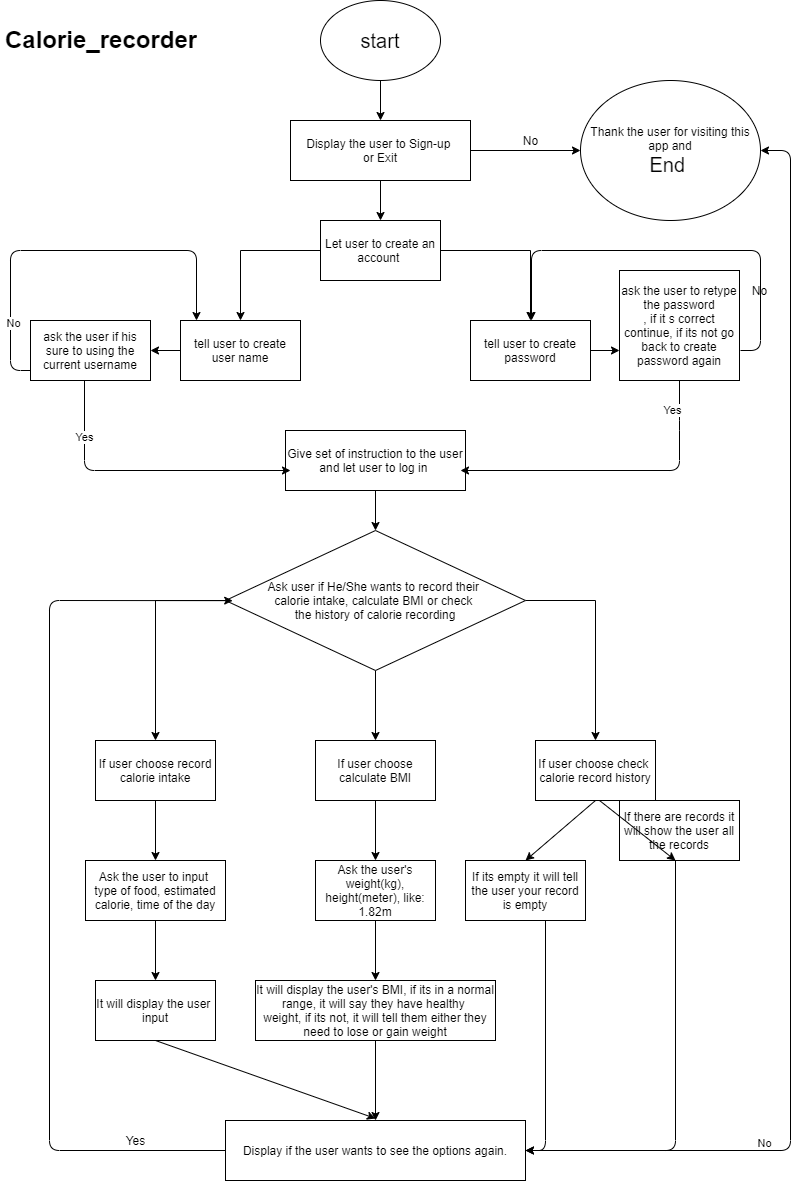
The draw.io diagram docs/flowchart.png in saman-zdf/wehight_calorie-tracker, before a commit. Source tidied: cells renumbered, new cells last; positions are measured from the earlier drawing's top-left corner, leaving out a move shared by most shapes.
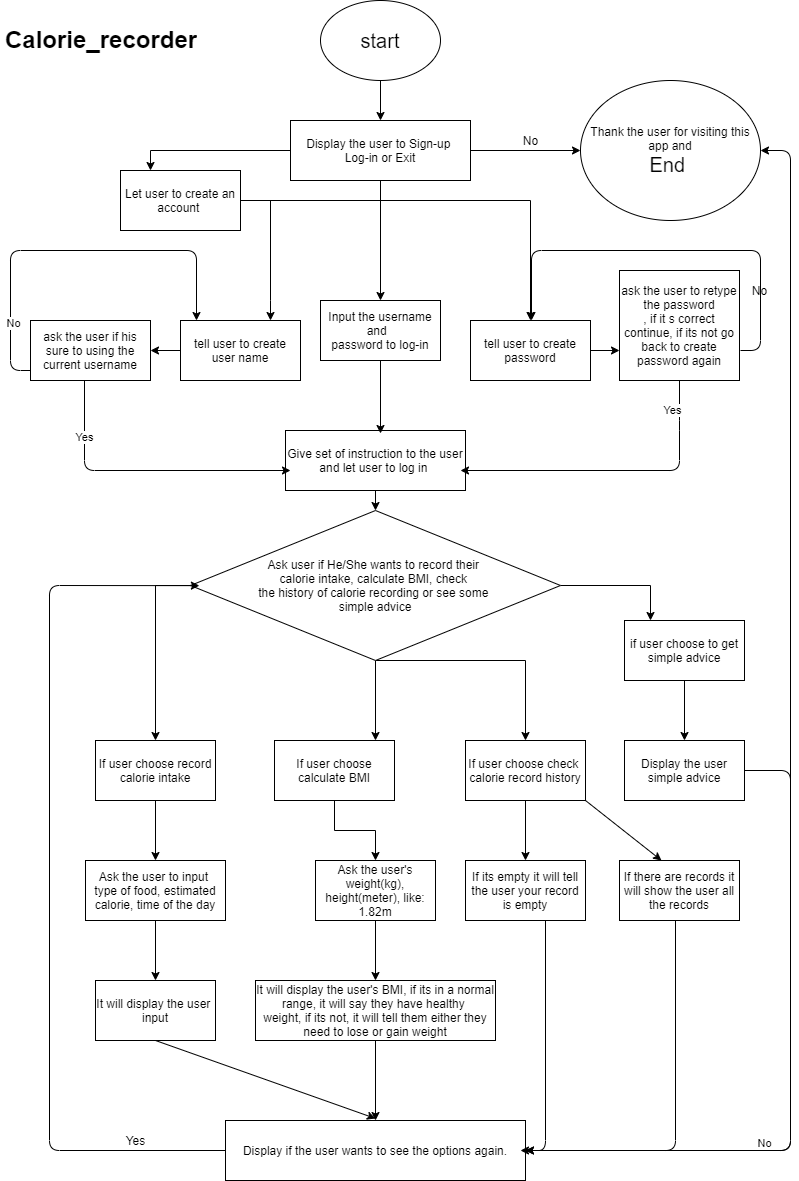
After the commit.

Change to the diagram source:
```diff
@@ -19,29 +19,45 @@
     <mxCell id="6" style="edgeStyle=orthogonalEdgeStyle;rounded=0;jettySize=auto;html=1;" parent="1" edge="1" source="8" target="18">
       <mxGeometry relative="1" as="geometry" />
     </mxCell>
-    <mxCell id="7" style="edgeStyle=orthogonalEdgeStyle;rounded=0;jettySize=auto;html=1;" parent="1" edge="1" source="8" target="42">
+    <mxCell id="7" style="edgeStyle=orthogonalEdgeStyle;rounded=0;jettySize=auto;html=1;exitX=0;exitY=0.5;exitDx=0;exitDy=0;entryX=0.25;entryY=0;entryDx=0;entryDy=0;" parent="1" edge="1" source="8" target="42">
       <mxGeometry relative="1" as="geometry" />
     </mxCell>
-    <mxCell id="8" value="Display the user to Sign-up&amp;nbsp;&lt;br&gt;or Exit" style="whiteSpace=wrap;html=1;" parent="1" vertex="1">
+    <mxCell id="8" value="Display the user to Sign-up&amp;nbsp;&lt;br&gt;Log-in or Exit" style="whiteSpace=wrap;html=1;" parent="1" vertex="1">
       <mxGeometry x="290" y="120" width="180" height="60" as="geometry" />
     </mxCell>
     <mxCell id="9" style="edgeStyle=orthogonalEdgeStyle;rounded=0;jettySize=auto;html=1;" parent="1" edge="1" source="12" target="14">
-      <mxGeometry relative="1" as="geometry" />
+      <mxGeometry relative="1" as="geometry">
+        <Array as="points">
+          <mxPoint x="320" y="650" />
+          <mxPoint x="320" y="650" />
+        </Array>
+      </mxGeometry>
     </mxCell>
-    <mxCell id="10" style="edgeStyle=orthogonalEdgeStyle;rounded=0;jettySize=auto;html=1;" parent="1" edge="1" source="12" target="16">
+    <mxCell id="10" style="edgeStyle=orthogonalEdgeStyle;rounded=0;jettySize=auto;html=1;exitX=0;exitY=0.5;exitDx=0;exitDy=0;" parent="1" edge="1" source="12" target="16">
       <mxGeometry relative="1" as="geometry" />
     </mxCell>
-    <mxCell id="11" style="edgeStyle=orthogonalEdgeStyle;rounded=0;jettySize=auto;html=1;" parent="1" edge="1" source="12" target="17">
-      <mxGeometry relative="1" as="geometry" />
+    <mxCell id="11" style="edgeStyle=orthogonalEdgeStyle;rounded=0;jettySize=auto;html=1;exitX=0.5;exitY=1;exitDx=0;exitDy=0;" parent="1" edge="1" source="12" target="17">
+      <mxGeometry relative="1" as="geometry">
+        <Array as="points">
+          <mxPoint x="525" y="660" />
+        </Array>
+      </mxGeometry>
     </mxCell>
+    <mxCell id="57" style="edgeStyle=orthogonalEdgeStyle;rounded=0;jettySize=auto;html=1;" parent="1" edge="1" source="12" target="62">
+      <mxGeometry relative="1" as="geometry">
+        <Array as="points">
+          <mxPoint x="650" y="585" />
+        </Array>
+      </mxGeometry>
+    </mxCell>
-    <mxCell id="12" value="Ask user if He/She wants to record their&amp;nbsp;&lt;br&gt;calorie intake, calculate BMI or check&amp;nbsp;&lt;br&gt;the history of calorie recording" style="rhombus;whiteSpace=wrap;html=1;" parent="1" vertex="1">
-      <mxGeometry x="225" y="530" width="300" height="140" as="geometry" />
+    <mxCell id="12" value="Ask user if He/She wants to record their&amp;nbsp;&lt;br&gt;calorie intake, calculate BMI, check&amp;nbsp;&lt;br&gt;the history of calorie recording or see some&amp;nbsp;&lt;br&gt;simple advice" style="rhombus;whiteSpace=wrap;html=1;" parent="1" vertex="1">
+      <mxGeometry x="190" y="510" width="370" height="150" as="geometry" />
     </mxCell>
     <mxCell id="13" style="edgeStyle=orthogonalEdgeStyle;rounded=0;jettySize=auto;html=1;" parent="1" edge="1" source="14" target="25">
       <mxGeometry relative="1" as="geometry" />
     </mxCell>
     <mxCell id="14" value="If user choose calculate BMI" style="whiteSpace=wrap;html=1;" parent="1" vertex="1">
-      <mxGeometry x="315" y="740" width="120" height="60" as="geometry" />
+      <mxGeometry x="274" y="740" width="120" height="60" as="geometry" />
     </mxCell>
     <mxCell id="15" style="edgeStyle=orthogonalEdgeStyle;rounded=0;jettySize=auto;html=1;" parent="1" edge="1" source="16" target="22">
       <mxGeometry relative="1" as="geometry" />
@@ -50,7 +66,7 @@
       <mxGeometry x="95" y="740" width="120" height="60" as="geometry" />
     </mxCell>
     <mxCell id="17" value="If user choose check&amp;nbsp;&lt;br&gt;calorie record history" style="whiteSpace=wrap;html=1;" parent="1" vertex="1">
-      <mxGeometry x="535" y="740" width="120" height="60" as="geometry" />
+      <mxGeometry x="465" y="740" width="120" height="60" as="geometry" />
     </mxCell>
     <mxCell id="18" value="Thank the user for visiting this app and&lt;br&gt;&lt;font style=&quot;font-size: 20px&quot;&gt;End&amp;nbsp;&lt;/font&gt;" style="ellipse;whiteSpace=wrap;html=1;" parent="1" vertex="1">
       <mxGeometry x="580" y="80" width="180" height="140" as="geometry" />
@@ -86,15 +102,15 @@
       <mxGeometry x="465" y="860" width="120" height="60" as="geometry" />
     </mxCell>
     <mxCell id="29" value="If there are records it will show the user all the records" style="whiteSpace=wrap;html=1;" parent="1" vertex="1">
-      <mxGeometry x="619" y="800" width="120" height="60" as="geometry" />
+      <mxGeometry x="619" y="860" width="120" height="60" as="geometry" />
     </mxCell>
     <mxCell id="30" style="endArrow=classic;html=1;entryX=0.5;entryY=0;entryDx=0;entryDy=0;exitX=0.5;exitY=1;exitDx=0;exitDy=0;" parent="1" edge="1" source="17" target="28">
       <mxGeometry relative="1" as="geometry" />
     </mxCell>
     <mxCell id="31" style="endArrow=classic;html=1;entryX=0.5;entryY=0;entryDx=0;entryDy=0;" parent="1" edge="1">
       <mxGeometry relative="1" as="geometry">
-        <mxPoint x="599" y="800" as="sourcePoint" />
-        <mxPoint x="675" y="860" as="targetPoint" />
+        <mxPoint x="585" y="800" as="sourcePoint" />
+        <mxPoint x="661" y="860" as="targetPoint" />
       </mxGeometry>
     </mxCell>
     <mxCell id="32" value="Display if the user wants to see the options again." style="whiteSpace=wrap;html=1;" parent="1" vertex="1">
@@ -107,7 +123,7 @@
     </mxCell>
     <mxCell id="34" style="endArrow=classic;html=1;" parent="1" edge="1">
       <mxGeometry relative="1" as="geometry">
-        <mxPoint x="675" y="860" as="sourcePoint" />
+        <mxPoint x="675" y="920" as="sourcePoint" />
         <mxPoint x="525" y="1150" as="targetPoint" />
         <Array as="points">
           <mxPoint x="675" y="1150" />
@@ -127,7 +143,7 @@
       <mxGeometry relative="1" as="geometry">
         <Array as="points">
           <mxPoint x="49" y="1150" />
-          <mxPoint x="49" y="600" />
+          <mxPoint x="49" y="585" />
         </Array>
       </mxGeometry>
     </mxCell>
@@ -146,13 +162,18 @@
       <mxGeometry x="-0.63" y="8" relative="1" as="geometry" />
     </mxCell>
     <mxCell id="40" style="edgeStyle=orthogonalEdgeStyle;rounded=0;jettySize=auto;html=1;" parent="1" edge="1" source="42" target="44">
-      <mxGeometry relative="1" as="geometry" />
+      <mxGeometry relative="1" as="geometry">
+        <Array as="points">
+          <mxPoint x="270" y="300" />
+          <mxPoint x="270" y="300" />
+        </Array>
+      </mxGeometry>
     </mxCell>
     <mxCell id="41" style="edgeStyle=orthogonalEdgeStyle;rounded=0;jettySize=auto;html=1;" parent="1" edge="1" source="42" target="46">
       <mxGeometry relative="1" as="geometry" />
     </mxCell>
     <mxCell id="42" value="Let user to create an account&amp;nbsp;" style="whiteSpace=wrap;html=1;" parent="1" vertex="1">
-      <mxGeometry x="320" y="220" width="120" height="60" as="geometry" />
+      <mxGeometry x="120" y="170" width="120" height="60" as="geometry" />
     </mxCell>
     <mxCell id="43" style="edgeStyle=orthogonalEdgeStyle;rounded=0;jettySize=auto;html=1;" parent="1" edge="1" source="44" target="47">
       <mxGeometry relative="1" as="geometry" />
@@ -229,5 +250,34 @@
     <mxCell id="56" value="No" style="text;html=1;align=center;verticalAlign=middle;strokeColor=none;" parent="1" vertex="1">
       <mxGeometry x="744" y="280" width="30" height="20" as="geometry" />
     </mxCell>
+    <mxCell id="58" value="Input the username and&amp;nbsp;&amp;nbsp;&lt;br&gt;password to log-in" style="whiteSpace=wrap;html=1;" parent="1" vertex="1">
+      <mxGeometry x="320" y="300" width="120" height="60" as="geometry" />
+    </mxCell>
+    <mxCell id="59" style="endArrow=classic;html=1;exitX=0.5;exitY=1;exitDx=0;exitDy=0;entryX=0.5;entryY=0;entryDx=0;entryDy=0;" parent="1" edge="1" source="8" target="58">
+      <mxGeometry relative="1" as="geometry" />
+    </mxCell>
+    <mxCell id="60" style="endArrow=classic;html=1;exitX=0.5;exitY=1;exitDx=0;exitDy=0;" parent="1" edge="1" source="58">
+      <mxGeometry relative="1" as="geometry">
+        <mxPoint x="380" y="433" as="targetPoint" />
+      </mxGeometry>
+    </mxCell>
+    <mxCell id="61" style="edgeStyle=orthogonalEdgeStyle;rounded=0;jettySize=auto;html=1;" parent="1" edge="1" source="62" target="63">
+      <mxGeometry relative="1" as="geometry" />
+    </mxCell>
+    <mxCell id="62" value="if user choose to get simple advice" style="whiteSpace=wrap;html=1;" parent="1" vertex="1">
+      <mxGeometry x="624" y="620" width="120" height="60" as="geometry" />
+    </mxCell>
+    <mxCell id="63" value="Display the user simple advice" style="whiteSpace=wrap;html=1;" parent="1" vertex="1">
+      <mxGeometry x="624" y="740" width="120" height="60" as="geometry" />
+    </mxCell>
+    <mxCell id="64" style="endArrow=classic;html=1;exitX=1;exitY=0.5;exitDx=0;exitDy=0;" parent="1" edge="1" source="63">
+      <mxGeometry relative="1" as="geometry">
+        <mxPoint x="520" y="1150" as="targetPoint" />
+        <Array as="points">
+          <mxPoint x="790" y="770" />
+          <mxPoint x="790" y="1150" />
+        </Array>
+      </mxGeometry>
+    </mxCell>
   </root>
 </mxGraphModel>
```
